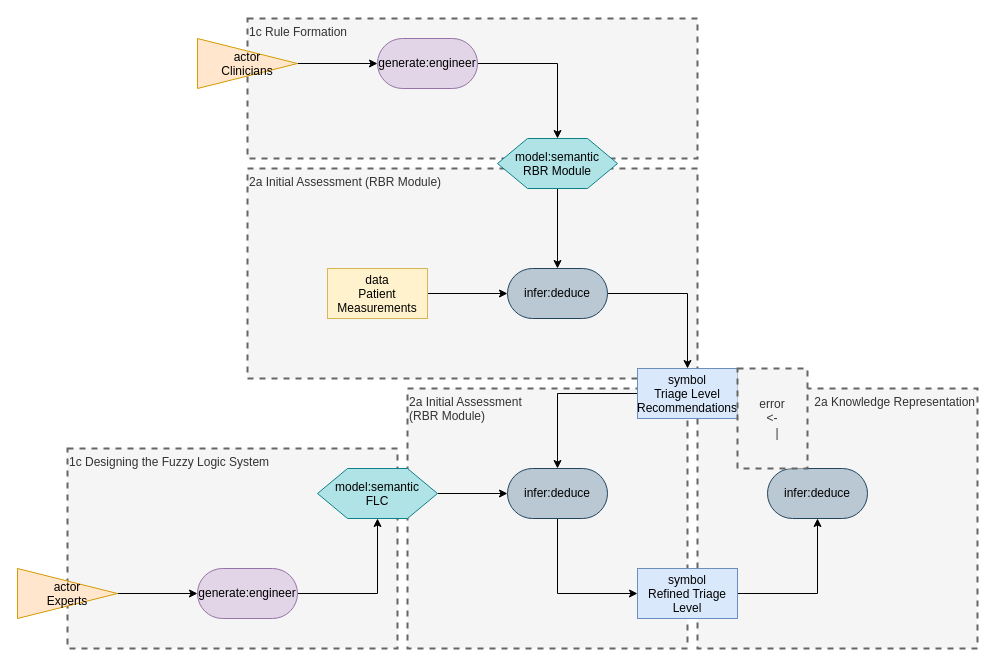
Above: page "Page-1" (1 of 2) of medical patterns to boxologies/Rule-Based Method pre-processes input data for ML Prediction (RBML)/Decision support system for triage management A hybrid approach using rule-based reasoning and fuzzy logic.drawio in zonnesmit/thesis (draw.io), before the change. Source tidied: cells renumbered, new cells numbered last; positions are measured from the earlier drawing's top-left corner, leaving out a move shared by most shapes. Both pictures are drawn from the tidied source at 100%, with x=0, y=0 at pixel (17, 18).
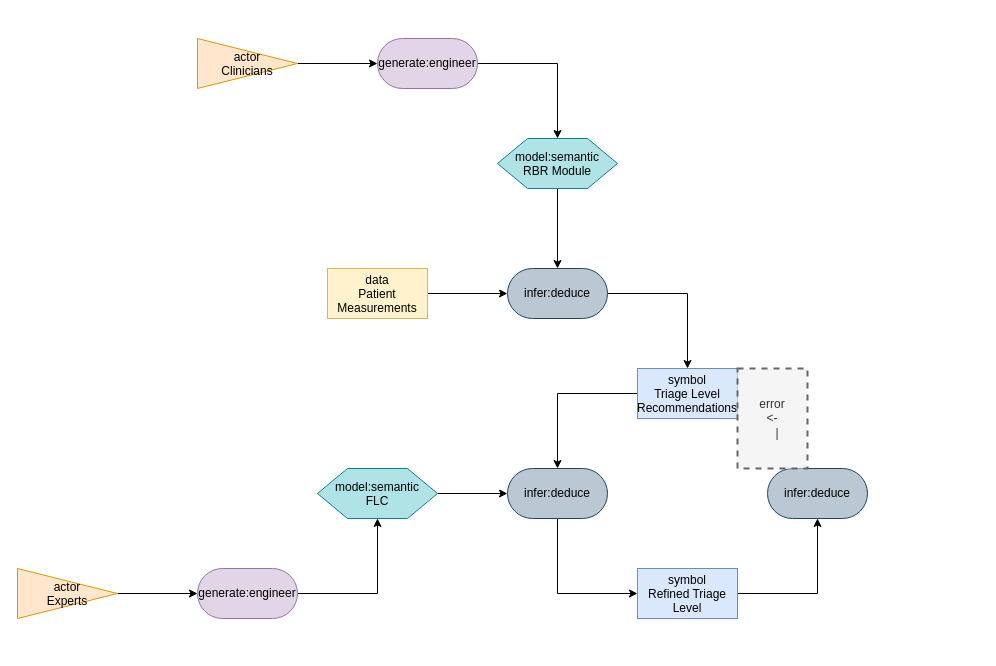
Above is the later version.

Change to the diagram source:
```diff
@@
-    <mxCell id="2" value="1c Designing the Fuzzy Logic System" style="text;html=1;align=left;verticalAlign=top;whiteSpace=wrap;rounded=0;dashed=1;fillColor=#f5f5f5;fontColor=#333333;strokeColor=#666666;strokeWidth=2;" parent="1" vertex="1">
-      <mxGeometry x="50" y="430" width="330" height="200" as="geometry" />
-    </mxCell>
-    <mxCell id="3" value="&lt;div&gt;2a Initial Assessment&amp;nbsp;&lt;/div&gt;&lt;div&gt;(RBR Module)&lt;/div&gt;" style="text;html=1;align=left;verticalAlign=top;whiteSpace=wrap;rounded=0;dashed=1;fillColor=#f5f5f5;fontColor=#333333;strokeColor=#666666;strokeWidth=2;" parent="1" vertex="1">
-      <mxGeometry x="390" y="370" width="280" height="260" as="geometry" />
-    </mxCell>
-    <mxCell id="4" value="2a Initial Assessment (RBR Module)" style="text;html=1;align=left;verticalAlign=top;whiteSpace=wrap;rounded=0;dashed=1;fillColor=#f5f5f5;fontColor=#333333;strokeColor=#666666;strokeWidth=2;" parent="1" vertex="1">
-      <mxGeometry x="230" y="150" width="450" height="210" as="geometry" />
-    </mxCell>
-    <mxCell id="5" value="2a Knowledge Representation" style="text;html=1;align=right;verticalAlign=top;whiteSpace=wrap;rounded=0;dashed=1;fillColor=#f5f5f5;fontColor=#333333;strokeColor=#666666;strokeWidth=2;" parent="1" vertex="1">
-      <mxGeometry x="680" y="370" width="280" height="260" as="geometry" />
-    </mxCell>
-    <mxCell id="6" value="1c Rule Formation" style="text;html=1;align=left;verticalAlign=top;whiteSpace=wrap;rounded=0;dashed=1;fillColor=#f5f5f5;fontColor=#333333;strokeColor=#666666;strokeWidth=2;" parent="1" vertex="1">
-      <mxGeometry x="230" width="450" height="140" as="geometry" />
-    </mxCell>
```
